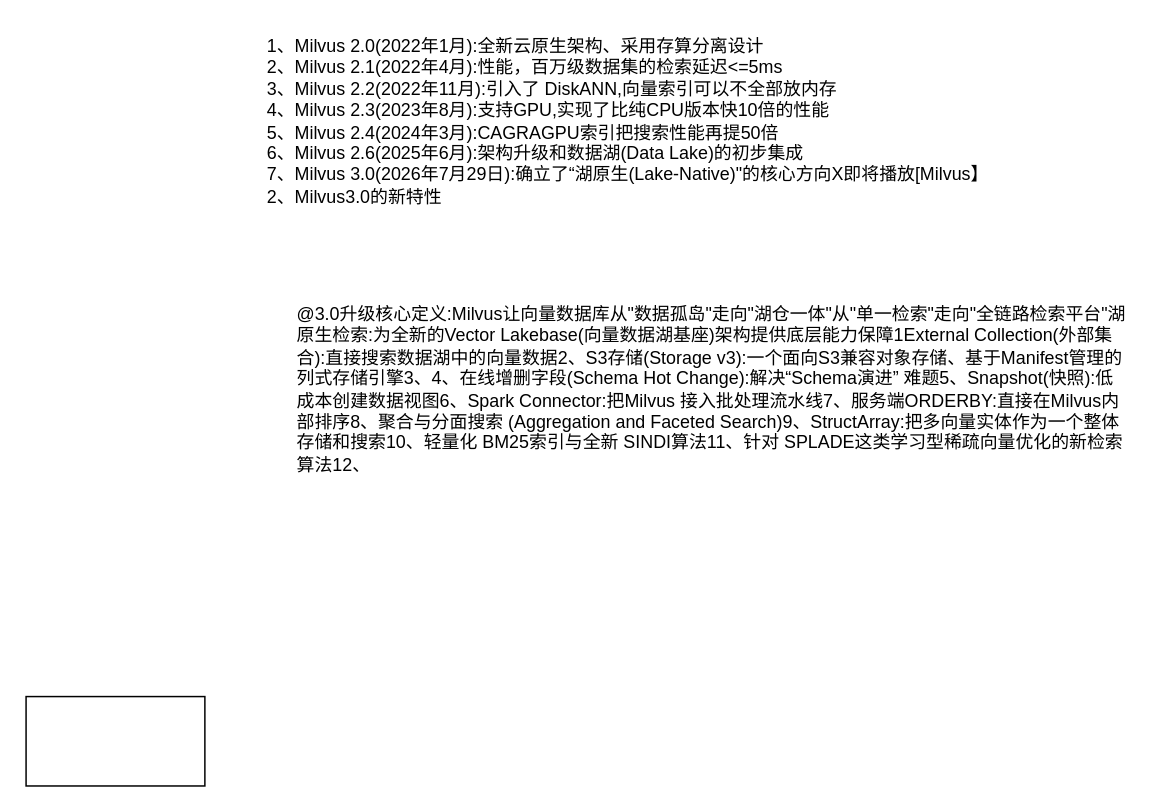
Earlier version of the draw.io diagram 14-AI agent /3-Milvus/0-Milvus.drawio (vic868/Deliberate). Source tidied: cells renumbered, new cells numbered last; positions are measured from the earlier drawing's top-left corner, leaving out a move shared by most shapes. Both pictures are drawn from the tidied source at 149%, with x=0, y=0 at pixel (25, 25).
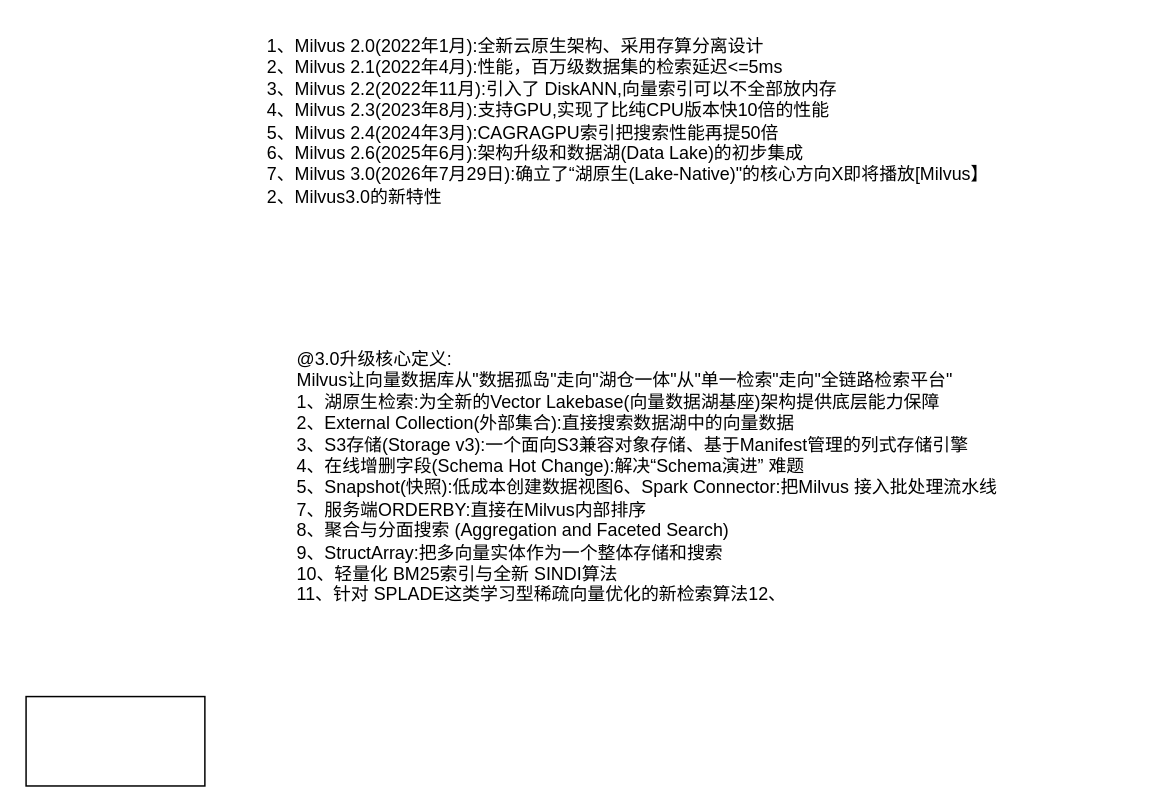
Above is the later version.

Commit message:
vault backup: 2026-10-24 07:39:57

The edit, as a diff of the source:
```diff
@@
 <mxGraphModel>
   <root>
     <mxCell id="0" />
     <mxCell id="1" parent="0" />
     <mxCell id="2" style="rounded=0;whiteSpace=wrap;html=1;" parent="1" vertex="1">
       <mxGeometry y="450" width="120" height="60" as="geometry" />
     </mxCell>
     <mxCell id="3" value="1、Milvus 2.0(2022年1月):全新云原生架构、采用存算分离设计&#10;2、Milvus 2.1(2022年4月):性能，百万级数据集的检索延迟&lt;=5ms&#10;3、Milvus 2.2(2022年11月):引入了 DiskANN,向量索引可以不全部放内存&#10;4、Milvus 2.3(2023年8月):支持GPU,实现了比纯CPU版本快10倍的性能&#10;5、Milvus 2.4(2024年3月):CAGRAGPU索引把搜索性能再提50倍&#10;6、Milvus 2.6(2025年6月):架构升级和数据湖(Data Lake)的初步集成&#10;7、Milvus 3.0(2026年7月29日):确立了“湖原生(Lake-Native)&quot;的核心方向X即将播放[Milvus】&#10;2、Milvus3.0的新特性" style="text;whiteSpace=wrap;" parent="1" vertex="1">
       <mxGeometry x="160" width="540" height="160" as="geometry" />
     </mxCell>
-    <mxCell id="4" value="@3.0升级核心定义:Milvus让向量数据库从&quot;数据孤岛&quot;走向&quot;湖仓一体&quot;从&quot;单一检索&quot;走向&quot;全链路检索平台&quot;湖原生检索:为全新的Vector Lakebase(向量数据湖基座)架构提供底层能力保障1External Collection(外部集合):直接搜索数据湖中的向量数据2、S3存储(Storage v3):一个面向S3兼容对象存储、基于Manifest管理的列式存储引擎3、4、在线增删字段(Schema Hot Change):解决“Schema演进” 难题5、Snapshot(快照):低成本创建数据视图6、Spark Connector:把Milvus 接入批处理流水线7、服务端ORDERBY:直接在Milvus内部排序8、聚合与分面搜索 (Aggregation and Faceted Search)9、StructArray:把多向量实体作为一个整体存储和搜索10、轻量化 BM25索引与全新 SINDI算法11、针对 SPLADE这类学习型稀疏向量优化的新检索算法12、" style="text;whiteSpace=wrap;" parent="1" vertex="1">
-      <mxGeometry x="180" y="180" width="560" height="140" as="geometry" />
+    <mxCell id="4" value="@3.0升级核心定义:&#10;Milvus让向量数据库从&quot;数据孤岛&quot;走向&quot;湖仓一体&quot;从&quot;单一检索&quot;走向&quot;全链路检索平台&quot;&#10;1、湖原生检索:为全新的Vector Lakebase(向量数据湖基座)架构提供底层能力保障&#10;2、External Collection(外部集合):直接搜索数据湖中的向量数据&#10;3、S3存储(Storage v3):一个面向S3兼容对象存储、基于Manifest管理的列式存储引擎&#10;4、在线增删字段(Schema Hot Change):解决“Schema演进” 难题&#10;5、Snapshot(快照):低成本创建数据视图6、Spark Connector:把Milvus 接入批处理流水线&#10;7、服务端ORDERBY:直接在Milvus内部排序&#10;8、聚合与分面搜索 (Aggregation and Faceted Search)&#10;9、StructArray:把多向量实体作为一个整体存储和搜索&#10;10、轻量化 BM25索引与全新 SINDI算法&#10;11、针对 SPLADE这类学习型稀疏向量优化的新检索算法12、" style="text;whiteSpace=wrap;" parent="1" vertex="1">
+      <mxGeometry x="180" y="210" width="560" height="200" as="geometry" />
     </mxCell>
   </root>
 </mxGraphModel>
```
